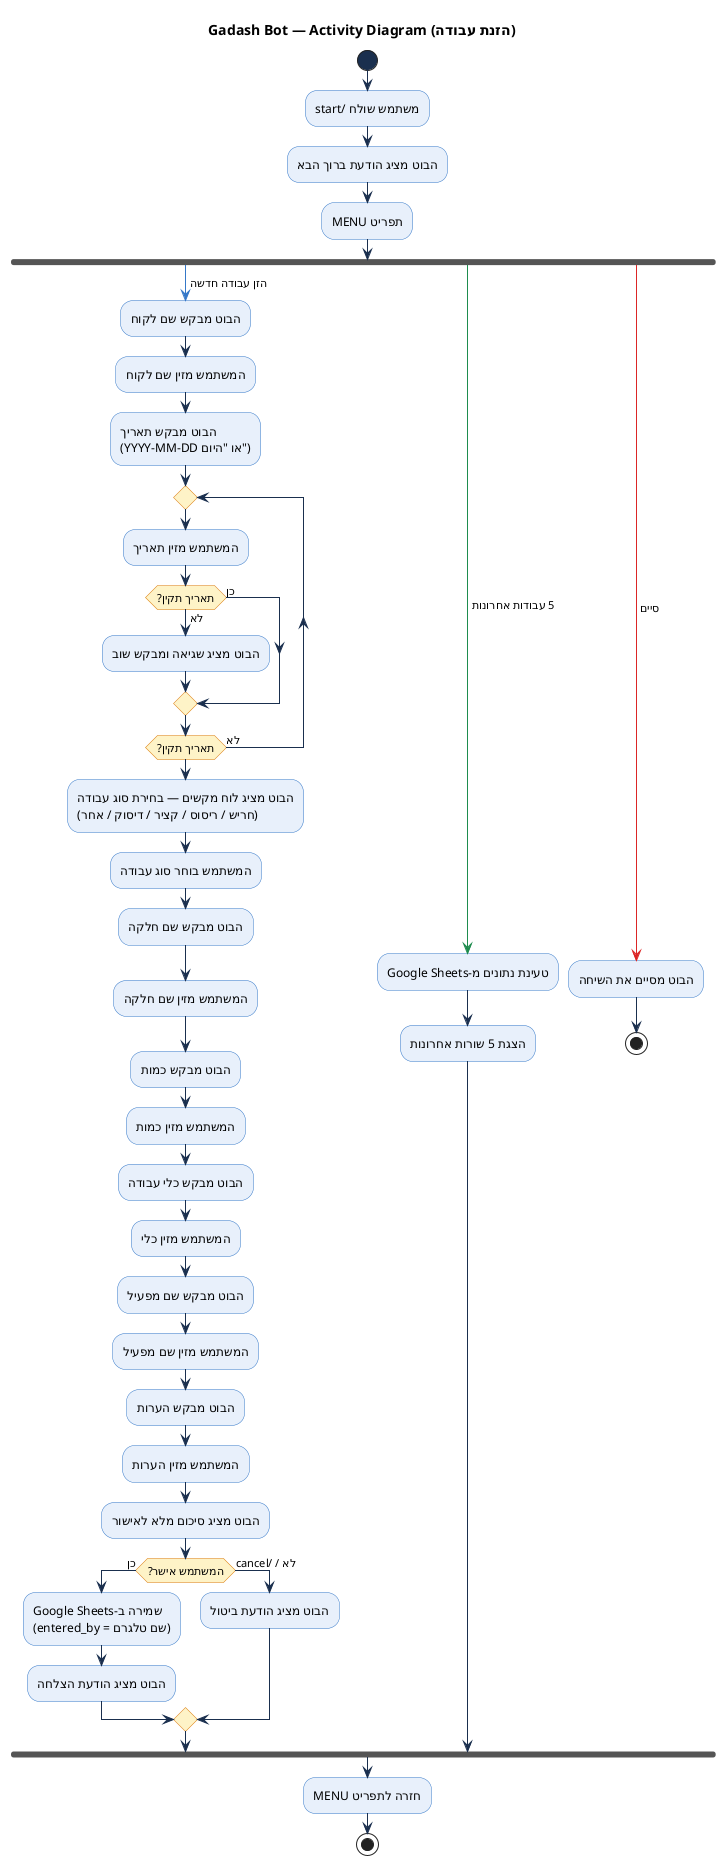
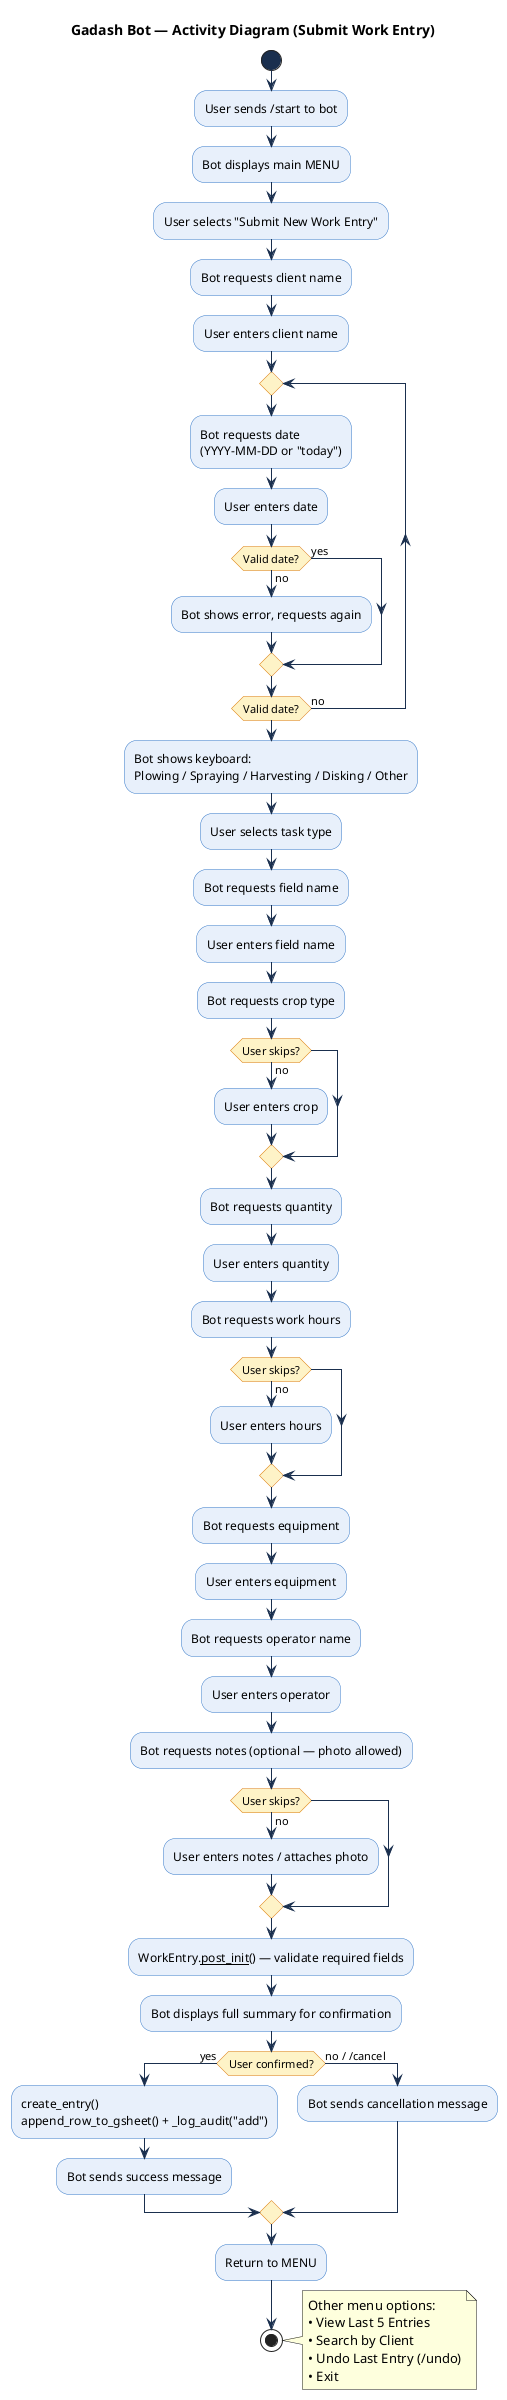
@startuml
- title Gadash Bot — Activity Diagram (הזנת עבודה)
+ title Gadash Bot — Activity Diagram (Submit Work Entry)

+ skinparam backgroundColor #ffffff
skinparam activity {
  BackgroundColor #e8f0fb
  BorderColor #3578c8
  ArrowColor #1a2f4e
  StartColor #1a2f4e
  EndColor #1a2f4e
  DiamondBackgroundColor #fef3c7
  DiamondBorderColor #d97706
+   FontColor #000000
}

start
- :משתמש שולח /start;
- :הבוט מציג הודעת ברוך הבא;
- :תפריט MENU;
+ :User sends /start to bot;
+ :Bot displays main MENU;
+ :User selects "Submit New Work Entry";

- fork
-   -[#3578c8]-> הזן עבודה חדשה;
-   :הבוט מבקש שם לקוח;
-   :המשתמש מזין שם לקוח;
-   :הבוט מבקש תאריך\n(YYYY-MM-DD או "היום");
-   repeat
-     :המשתמש מזין תאריך;
-     if (תאריך תקין?) then (כן)
-     else (לא)
-       :הבוט מציג שגיאה ומבקש שוב;
-     endif
-   repeat while (תאריך תקין?) is (לא)
-   :הבוט מציג לוח מקשים — בחירת סוג עבודה\n(חריש / ריסוס / קציר / דיסוק / אחר);
-   :המשתמש בוחר סוג עבודה;
-   :הבוט מבקש שם חלקה;
-   :המשתמש מזין שם חלקה;
-   :הבוט מבקש כמות;
-   :המשתמש מזין כמות;
-   :הבוט מבקש כלי עבודה;
-   :המשתמש מזין כלי;
-   :הבוט מבקש שם מפעיל;
-   :המשתמש מזין שם מפעיל;
-   :הבוט מבקש הערות;
-   :המשתמש מזין הערות;
-   :הבוט מציג סיכום מלא לאישור;
-   if (המשתמש אישר?) then (כן)
-     :שמירה ב-Google Sheets\n(entered_by = שם טלגרם);
-     :הבוט מציג הודעת הצלחה;
-   else (לא / /cancel)
-     :הבוט מציג הודעת ביטול;
+ :Bot requests client name;
+ :User enters client name;
+ 
+ repeat
+   :Bot requests date\n(YYYY-MM-DD or "today");
+   :User enters date;
+   if (Valid date?) then (yes)
+   else (no)
+     :Bot shows error, requests again;
  endif
+ repeat while (Valid date?) is (no)

- fork again
-   -[#1e8c4e]-> 5 עבודות אחרונות;
-   :טעינת נתונים מ-Google Sheets;
-   :הצגת 5 שורות אחרונות;
+ :Bot shows keyboard:\nPlowing / Spraying / Harvesting / Disking / Other;
+ :User selects task type;

- fork again
-   -[#dc2626]-> סיים;
-   :הבוט מסיים את השיחה;
-   stop
+ :Bot requests field name;
+ :User enters field name;

- end fork
+ :Bot requests crop type;
+ if (User skips?) then (no)
+   :User enters crop;
+ endif

- :חזרה לתפריט MENU;
+ :Bot requests quantity;
+ :User enters quantity;

+ :Bot requests work hours;
+ if (User skips?) then (no)
+   :User enters hours;
+ endif
+ 
+ :Bot requests equipment;
+ :User enters equipment;
+ 
+ :Bot requests operator name;
+ :User enters operator;
+ 
+ :Bot requests notes (optional — photo allowed);
+ if (User skips?) then (no)
+   :User enters notes / attaches photo;
+ endif
+ 
+ :WorkEntry.__post_init__() — validate required fields;
+ :Bot displays full summary for confirmation;
+ 
+ if (User confirmed?) then (yes)
+   :create_entry()\nappend_row_to_gsheet() + _log_audit("add");
+   :Bot sends success message;
+ else (no / /cancel)
+   :Bot sends cancellation message;
+ endif
+ 
+ :Return to MENU;
stop
+ 
+ note right
+   Other menu options:
+   • View Last 5 Entries
+   • Search by Client
+   • Undo Last Entry (/undo)
+   • Exit
+ end note
+ 
@enduml
